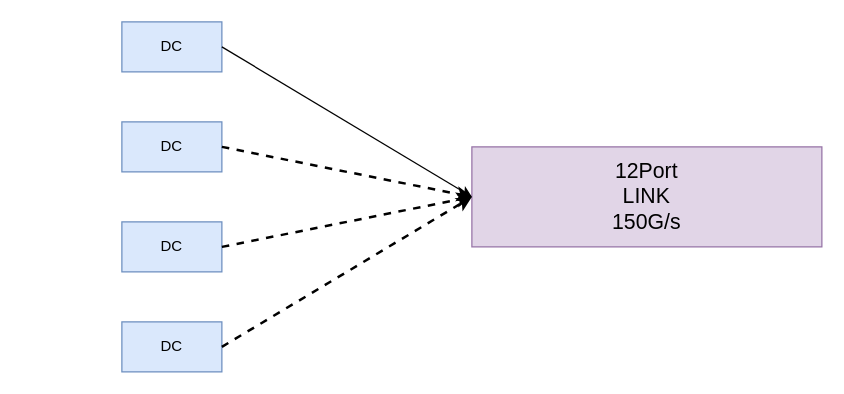
Before: TC2LINK/FourDC_MultiPort.drawio in BEYHHH/SBLP, a draw.io diagram. Source tidied: cells renumbered, new cells numbered last; positions are measured from the earlier drawing's top-left corner, leaving out a move shared by most shapes. Both pictures are drawn from the tidied source at 125%, with x=0, y=0 at pixel (121, 21).
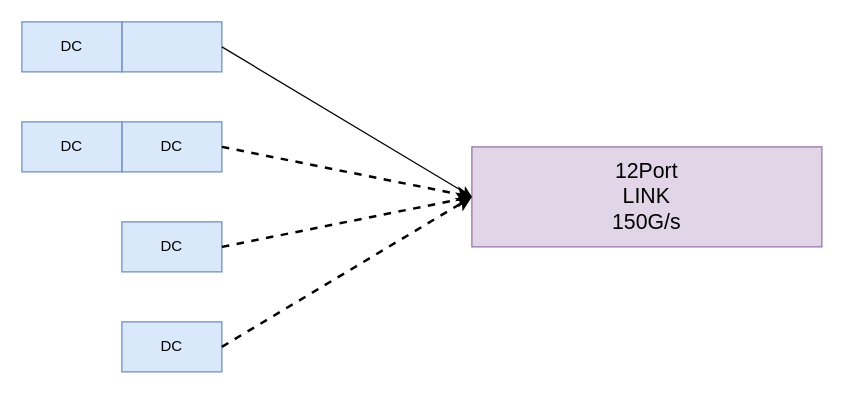
After the change.

What changed in the source:
```diff
@@
 <mxGraphModel>
   <root>
     <mxCell id="0" />
     <mxCell id="1" parent="0" />
-    <mxCell id="2" value="DC" style="rounded=0;whiteSpace=wrap;html=1;fillColor=#dae8fc;strokeColor=#6c8ebf;" parent="1" vertex="1">
+    <mxCell id="2" style="rounded=0;whiteSpace=wrap;html=1;fillColor=#dae8fc;strokeColor=#6c8ebf;" parent="1" vertex="1">
       <mxGeometry width="80" height="40" as="geometry" />
     </mxCell>
     <mxCell id="3" value="DC" style="rounded=0;whiteSpace=wrap;html=1;fillColor=#dae8fc;strokeColor=#6c8ebf;" parent="1" vertex="1">
       <mxGeometry y="80" width="80" height="40" as="geometry" />
     </mxCell>
     <mxCell id="4" value="DC" style="rounded=0;whiteSpace=wrap;html=1;fillColor=#dae8fc;strokeColor=#6c8ebf;" parent="1" vertex="1">
       <mxGeometry y="240" width="80" height="40" as="geometry" />
     </mxCell>
     <mxCell id="5" value="DC" style="rounded=0;whiteSpace=wrap;html=1;fillColor=#dae8fc;strokeColor=#6c8ebf;" parent="1" vertex="1">
       <mxGeometry y="160" width="80" height="40" as="geometry" />
     </mxCell>
     <mxCell id="6" value="&lt;font style=&quot;font-size: 17px;&quot;&gt;12Port&lt;br&gt;LINK&lt;br&gt;150G/s&lt;/font&gt;" style="rounded=0;whiteSpace=wrap;html=1;fillColor=#e1d5e7;strokeColor=#9673a6;" parent="1" vertex="1">
       <mxGeometry x="280" y="100" width="280" height="80" as="geometry" />
     </mxCell>
     <mxCell id="7" style="endArrow=classic;html=1;rounded=0;exitX=1;exitY=0.5;exitDx=0;exitDy=0;entryX=0;entryY=0.5;entryDx=0;entryDy=0;" parent="1" edge="1" source="2" target="6">
       <mxGeometry relative="1" as="geometry" />
     </mxCell>
     <mxCell id="8" style="endArrow=classic;html=1;rounded=0;exitX=1;exitY=0.5;exitDx=0;exitDy=0;entryX=0;entryY=0.5;entryDx=0;entryDy=0;dashed=1;strokeWidth=2;" parent="1" edge="1" source="3" target="6">
       <mxGeometry relative="1" as="geometry" />
     </mxCell>
     <mxCell id="9" style="endArrow=classic;html=1;rounded=0;exitX=1;exitY=0.5;exitDx=0;exitDy=0;entryX=0;entryY=0.5;entryDx=0;entryDy=0;dashed=1;strokeWidth=2;" parent="1" edge="1" source="5" target="6">
       <mxGeometry relative="1" as="geometry" />
     </mxCell>
     <mxCell id="10" style="endArrow=classic;html=1;rounded=0;exitX=1;exitY=0.5;exitDx=0;exitDy=0;entryX=0;entryY=0.5;entryDx=0;entryDy=0;dashed=1;strokeWidth=2;" parent="1" edge="1" source="4" target="6">
       <mxGeometry relative="1" as="geometry" />
     </mxCell>
+    <mxCell id="11" value="DC" style="rounded=0;whiteSpace=wrap;html=1;fillColor=#dae8fc;strokeColor=#6c8ebf;" parent="1" vertex="1">
+      <mxGeometry x="-80" width="80" height="40" as="geometry" />
+    </mxCell>
+    <mxCell id="12" value="DC" style="rounded=0;whiteSpace=wrap;html=1;fillColor=#dae8fc;strokeColor=#6c8ebf;" parent="1" vertex="1">
+      <mxGeometry x="-80" y="80" width="80" height="40" as="geometry" />
+    </mxCell>
   </root>
 </mxGraphModel>
```
